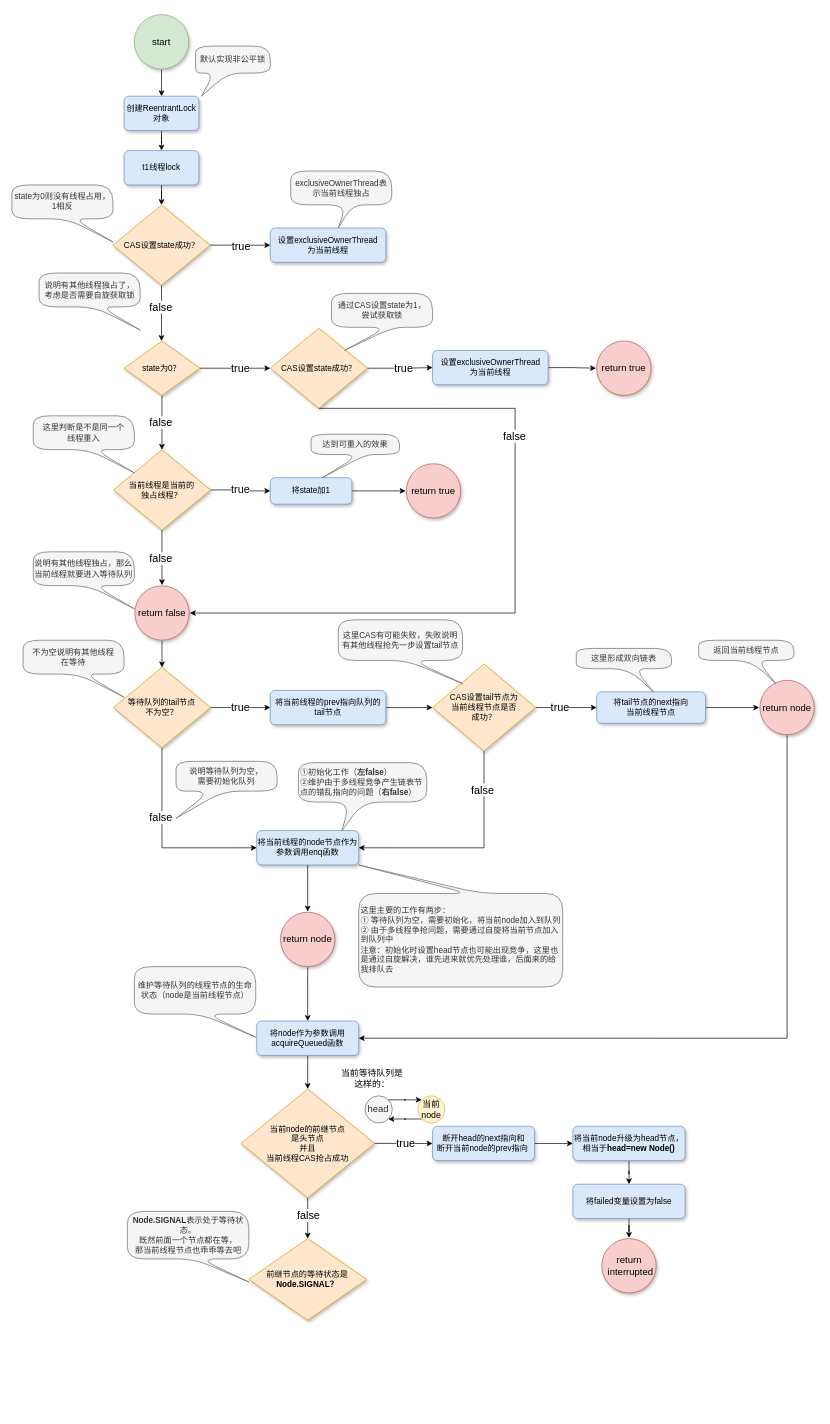
LDChing0321/JavaLearn keeps this draw.io diagram as typora/JavaSE/7 并发/JUC-interface-diagram/ReentrantLock执行流程.drawio. Above is the earlier version. Source tidied: cells renumbered, new cells numbered last; positions are measured from the earlier drawing's top-left corner, leaving out a move shared by most shapes. Both pictures are drawn from the tidied source at 68%, with x=0, y=0 at pixel (12, 14).
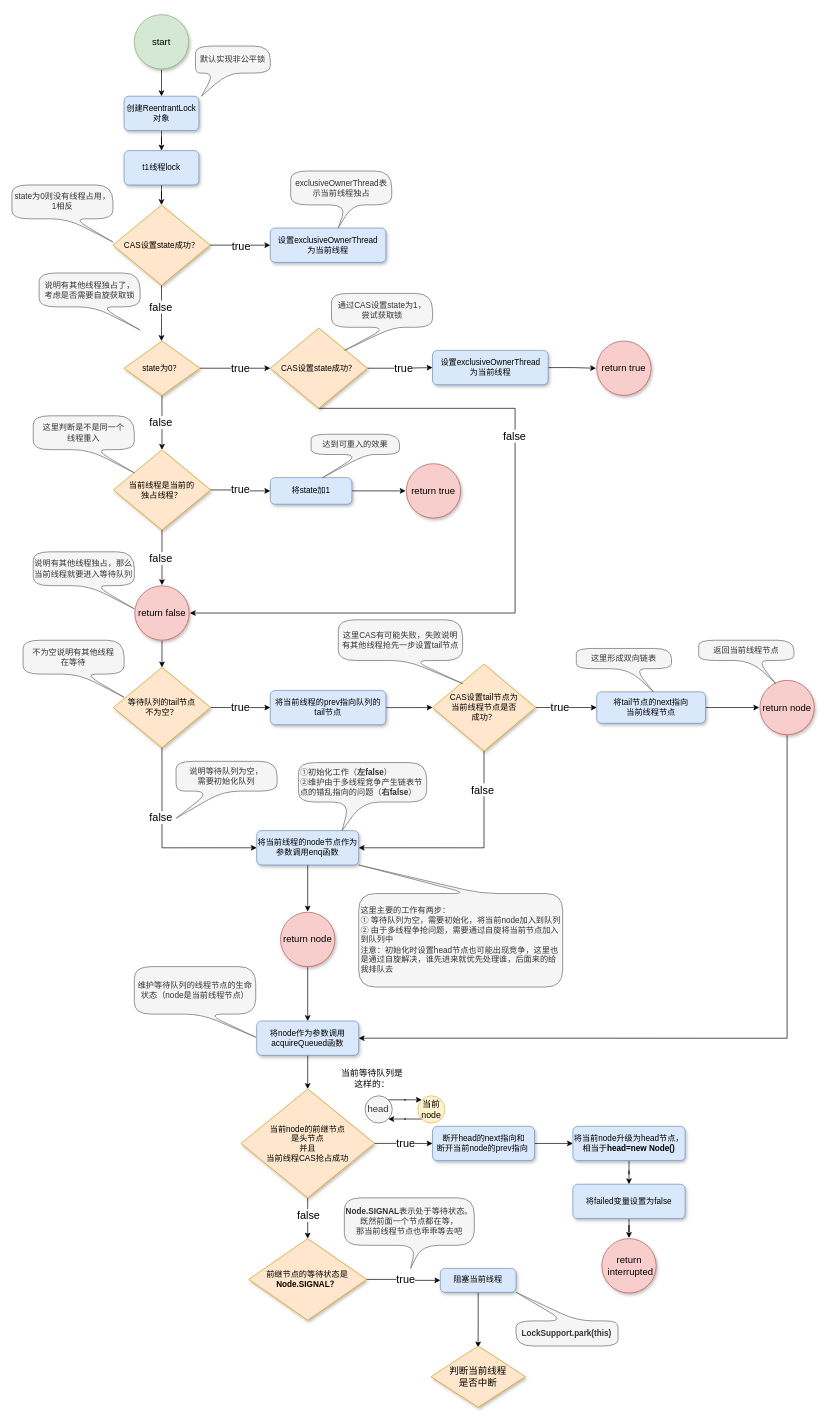
Above is the later version.

Commit message:
更新ReentrantLock执行流程.drawio

The change refers to these unchanged cells:
```xml
<mxCell id="92" value="前继节点的等待状态是&lt;br&gt;&lt;b&gt;Node.SIGNAL？&lt;/b&gt;" style="strokeWidth=1;html=1;shape=mxgraph.flowchart.decision;whiteSpace=wrap;fillColor=#ffe6cc;strokeColor=#d79b00;shadow=1;" parent="1" vertex="1">
  <mxGeometry x="348.4" y="1800" width="173.2" height="120" as="geometry" />
</mxCell>
```

The edit, as a diff of the source:
```diff
@@
+    <mxCell id="95" style="edgeStyle=orthogonalEdgeStyle;rounded=0;jettySize=auto;html=1;fontSize=13;" parent="1" edge="1" source="92" target="97">
+      <mxGeometry relative="1" as="geometry" />
+    </mxCell>
@@
-    <mxCell id="94" value="&lt;b&gt;Node.SIGNAL&lt;/b&gt;表示处于等待状态。&lt;br&gt;既然前面一个节点都在等，&lt;br&gt;那当前线程节点也乖乖等去吧" style="shape=callout;whiteSpace=wrap;html=1;perimeter=calloutPerimeter;position2=1;fillColor=#f5f5f5;fontColor=#333333;strokeColor=#666666;size=34;position=0.55;rounded=1;arcSize=50;base=9;spacing=3;" parent="1" vertex="1">
-      <mxGeometry x="169.8" y="1760" width="178.6" height="103.8" as="geometry" />
+    <mxCell id="94" value="&lt;b&gt;Node.SIGNAL&lt;/b&gt;表示处于等待状态。&lt;br&gt;既然前面一个节点都在等，&lt;br&gt;那当前线程节点也乖乖等去吧" style="shape=callout;whiteSpace=wrap;html=1;perimeter=calloutPerimeter;position2=0.51;fillColor=#f5f5f5;fontColor=#333333;strokeColor=#666666;size=34;position=0.55;rounded=1;arcSize=50;base=9;spacing=3;" parent="1" vertex="1">
+      <mxGeometry x="488.9" y="1740" width="191.1" height="103.8" as="geometry" />
     </mxCell>
+    <mxCell id="96" style="edgeStyle=orthogonalEdgeStyle;rounded=0;jettySize=auto;html=1;fontSize=13;" parent="1" edge="1" source="97">
+      <mxGeometry relative="1" as="geometry">
+        <mxPoint x="685.6" y="1960" as="targetPoint" />
+      </mxGeometry>
+    </mxCell>
+    <mxCell id="97" value="阻塞当前线程" style="rounded=1;whiteSpace=wrap;html=1;absoluteArcSize=1;arcSize=14;strokeWidth=1;fillColor=#dae8fc;strokeColor=#6c8ebf;shadow=1;" parent="1" vertex="1">
+      <mxGeometry x="630" y="1843.8" width="111.4" height="35.2" as="geometry" />
+    </mxCell>
+    <mxCell id="98" value="true" style="edgeLabel;html=1;align=center;verticalAlign=middle;fontSize=16;" parent="1" vertex="1">
+      <mxGeometry x="590" y="1860" as="geometry">
+        <mxPoint x="-12" y="-1" as="offset" />
+      </mxGeometry>
+    </mxCell>
+    <mxCell id="99" value="LockSupport.park(this)" style="shape=callout;whiteSpace=wrap;html=1;perimeter=calloutPerimeter;position2=1;fillColor=#f5f5f5;fontColor=#333333;strokeColor=#666666;size=42;position=0.4;rounded=1;arcSize=50;base=19;spacing=3;align=center;direction=west;fontStyle=1;" parent="1" vertex="1">
+      <mxGeometry x="741.4" y="1879" width="150" height="79" as="geometry" />
+    </mxCell>
+    <mxCell id="100" value="&lt;span style=&quot;font-size: 14px;&quot;&gt;判断当前线程&lt;br&gt;是否中断&lt;/span&gt;" style="strokeWidth=1;html=1;shape=mxgraph.flowchart.decision;whiteSpace=wrap;fillColor=#ffe6cc;strokeColor=#d79b00;shadow=1;" parent="1" vertex="1">
+      <mxGeometry x="616.4" y="1958" width="138.6" height="90" as="geometry" />
+    </mxCell>
```
